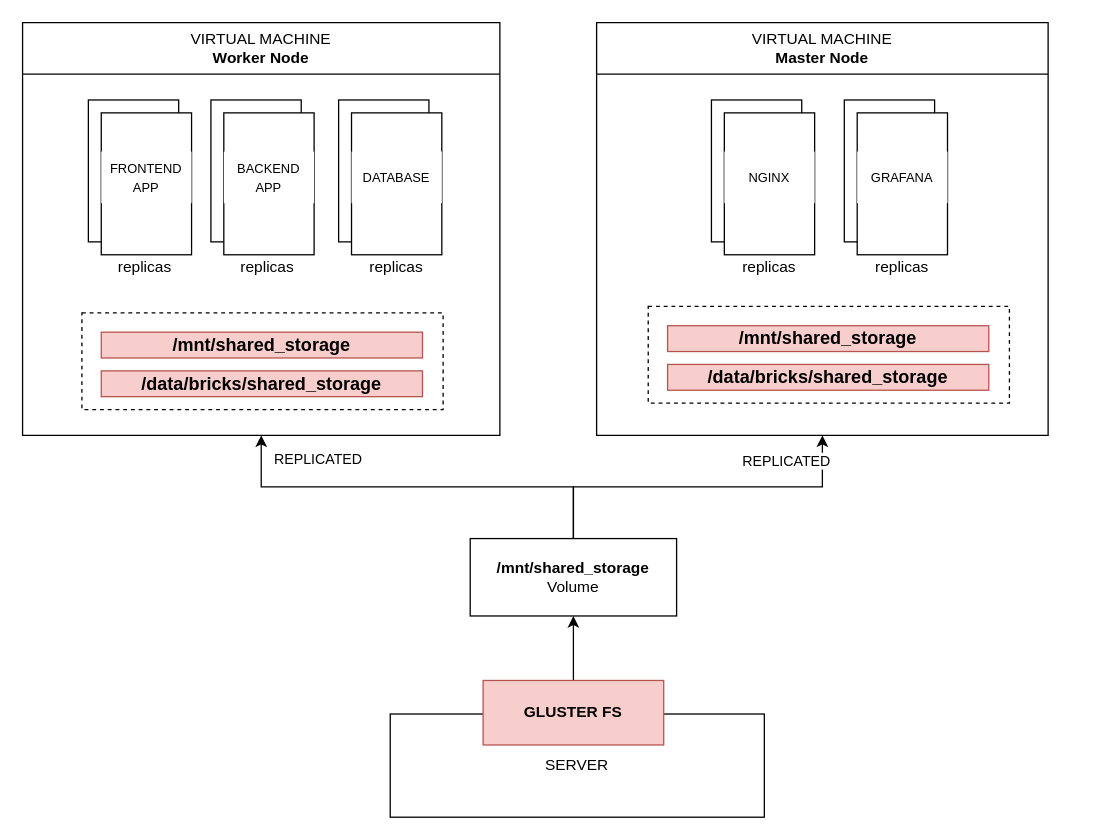
kingsley-ijomah/draw.io keeps this draw.io diagram as page "GlusterFS" (7 of 7) of devops/DevOps.drawio. Above is the earlier version. Source tidied: cells renumbered, new cells numbered last; positions are measured from the earlier drawing's top-left corner, leaving out a move shared by most shapes. Both pictures are drawn from the tidied source at 129%, with x=0, y=0 at pixel (22, 22).
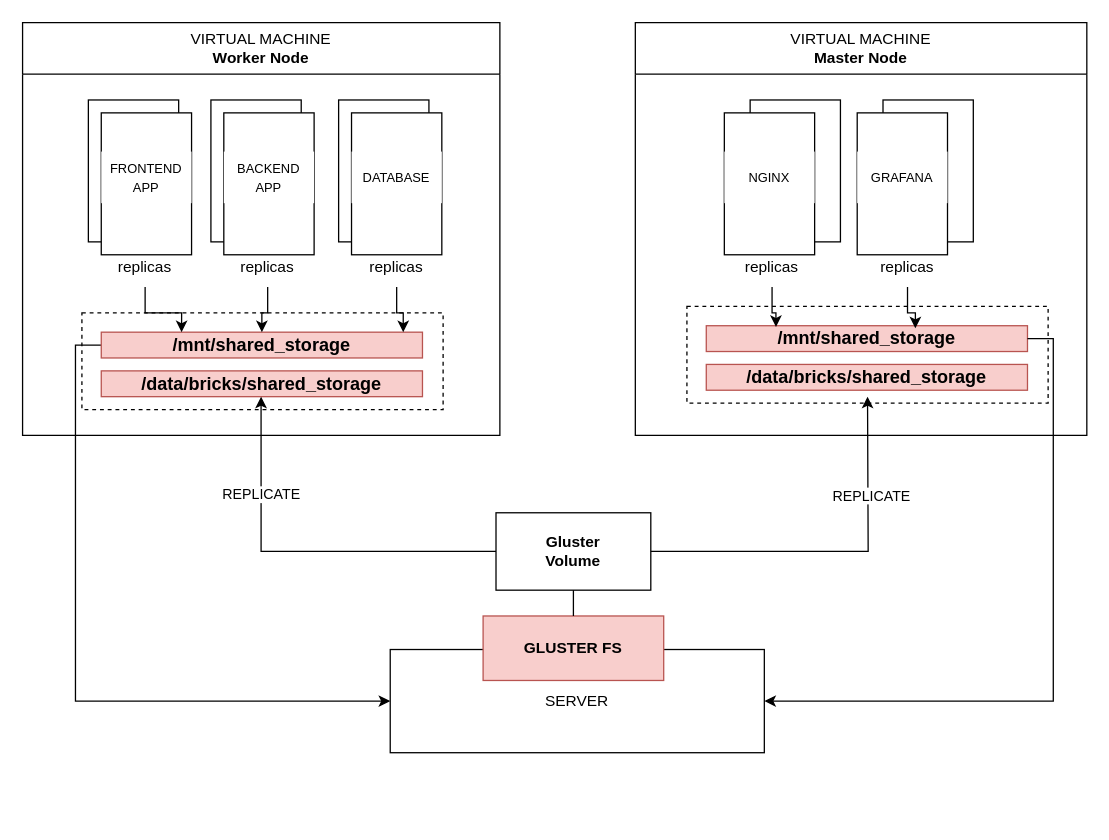
After the change.

Unchanged cells that the change refers to:
```xml
<mxCell id="3" value="&lt;span style=&quot;font-weight: normal;&quot;&gt;VIRTUAL MACHINE&lt;/span&gt;&lt;br&gt;Worker Node" style="swimlane;whiteSpace=wrap;html=1;startSize=40;" parent="1" vertex="1">
  <mxGeometry width="370" height="320" as="geometry" />
</mxCell>
<mxCell id="5" value="replicas" style="text;html=1;strokeColor=none;fillColor=none;align=center;verticalAlign=middle;whiteSpace=wrap;rounded=0;" parent="3" vertex="1">
  <mxGeometry x="65" y="175" width="60" height="30" as="geometry" />
</mxCell>
<mxCell id="7" value="replicas" style="text;html=1;strokeColor=none;fillColor=none;align=center;verticalAlign=middle;whiteSpace=wrap;rounded=0;" parent="3" vertex="1">
  <mxGeometry x="160" y="175" width="60" height="30" as="geometry" />
</mxCell>
<mxCell id="9" value="replicas" style="text;html=1;strokeColor=none;fillColor=none;align=center;verticalAlign=middle;whiteSpace=wrap;rounded=0;" parent="3" vertex="1">
  <mxGeometry x="260" y="175" width="60" height="30" as="geometry" />
</mxCell>
<mxCell id="12" style="rounded=0;whiteSpace=wrap;html=1;fillColor=none;dashed=1;" parent="10" vertex="1">
  <mxGeometry width="280" height="75" as="geometry" />
</mxCell>
<mxCell id="21" value="&lt;b style=&quot;border-color: var(--border-color); font-size: 14px;&quot;&gt;/mnt/shared_storage&lt;/b&gt;" style="rounded=0;whiteSpace=wrap;html=1;fillColor=#f8cecc;strokeColor=#b85450;" parent="13" vertex="1">
  <mxGeometry x="55" y="235" width="249" height="20" as="geometry" />
</mxCell>
<mxCell id="23" value="SERVER" style="rounded=0;whiteSpace=wrap;html=1;" parent="22" vertex="1">
  <mxGeometry y="26" width="290" height="80" as="geometry" />
</mxCell>
<mxCell id="24" value="GLUSTER FS" style="rounded=0;whiteSpace=wrap;html=1;fillColor=#f8cecc;strokeColor=#b85450;fontStyle=1;" parent="22" vertex="1">
  <mxGeometry x="72" width="140" height="50" as="geometry" />
</mxCell>
<mxCell id="40" value="&lt;b style=&quot;border-color: var(--border-color); font-size: 14px;&quot;&gt;/mnt/shared_storage&lt;/b&gt;" style="rounded=0;whiteSpace=wrap;html=1;fillColor=#f8cecc;strokeColor=#b85450;" parent="1" vertex="1">
  <mxGeometry x="61" y="240" width="249" height="20" as="geometry" />
</mxCell>
```

The edit, as a diff of the source:
```diff
@@
-    <mxCell id="2" style="endArrow=classic;html=1;rounded=0;exitX=0.5;exitY=0;exitDx=0;exitDy=0;entryX=0.5;entryY=1;entryDx=0;entryDy=0;" parent="1" edge="1" source="24" target="29">
-      <mxGeometry relative="1" as="geometry" />
-    </mxCell>
@@
     <mxCell id="13" value="&lt;span style=&quot;font-weight: normal;&quot;&gt;VIRTUAL MACHINE&lt;/span&gt;&lt;br&gt;Master Node" style="swimlane;whiteSpace=wrap;html=1;startSize=40;" parent="1" vertex="1">
-      <mxGeometry x="445" width="350" height="320" as="geometry" />
+      <mxGeometry x="475" width="350" height="320" as="geometry" />
     </mxCell>
@@
     <mxCell id="15" value="replicas" style="text;html=1;strokeColor=none;fillColor=none;align=center;verticalAlign=middle;whiteSpace=wrap;rounded=0;" parent="13" vertex="1">
-      <mxGeometry x="207" y="175" width="60" height="30" as="geometry" />
+      <mxGeometry x="181" y="175" width="60" height="30" as="geometry" />
     </mxCell>
@@
     <mxCell id="17" value="replicas" style="text;html=1;strokeColor=none;fillColor=none;align=center;verticalAlign=middle;whiteSpace=wrap;rounded=0;" parent="13" vertex="1">
-      <mxGeometry x="104" y="175" width="60" height="30" as="geometry" />
+      <mxGeometry x="76" y="175" width="60" height="30" as="geometry" />
     </mxCell>
@@
+    <mxCell id="41" style="edgeStyle=orthogonalEdgeStyle;rounded=0;jettySize=auto;html=1;entryX=0.217;entryY=0.05;entryDx=0;entryDy=0;entryPerimeter=0;" parent="13" edge="1" source="17" target="21">
+      <mxGeometry relative="1" as="geometry" />
+    </mxCell>
+    <mxCell id="42" style="edgeStyle=orthogonalEdgeStyle;rounded=0;jettySize=auto;html=1;entryX=0.651;entryY=0.1;entryDx=0;entryDy=0;entryPerimeter=0;" parent="13" edge="1" source="15" target="21">
+      <mxGeometry relative="1" as="geometry" />
+    </mxCell>
     <mxCell id="22" style="group;" parent="1" vertex="1">
-      <mxGeometry x="285" y="510" width="290" height="106" as="geometry" />
+      <mxGeometry x="285" y="460" width="290" height="106" as="geometry" />
     </mxCell>
@@
-    <mxCell id="25" style="edgeStyle=orthogonalEdgeStyle;rounded=0;jettySize=auto;html=1;entryX=0.5;entryY=1;entryDx=0;entryDy=0;" parent="1" edge="1" source="29" target="3">
+    <mxCell id="25" style="edgeStyle=orthogonalEdgeStyle;rounded=0;jettySize=auto;html=1;exitX=0;exitY=0.5;exitDx=0;exitDy=0;entryX=0;entryY=0.5;entryDx=0;entryDy=0;" parent="1" edge="1" source="40" target="23">
       <mxGeometry relative="1" as="geometry" />
     </mxCell>
-    <mxCell id="26" value="REPLICATED" style="edgeLabel;html=1;align=center;verticalAlign=middle;" parent="25" vertex="1">
-      <mxGeometry x="0.49" y="1" relative="1" as="geometry">
-        <mxPoint x="1" y="-23" as="offset" />
-      </mxGeometry>
-    </mxCell>
-    <mxCell id="27" style="edgeStyle=orthogonalEdgeStyle;rounded=0;jettySize=auto;html=1;entryX=0.5;entryY=1;entryDx=0;entryDy=0;" parent="1" edge="1" source="29" target="13">
+    <mxCell id="27" style="edgeStyle=orthogonalEdgeStyle;rounded=0;jettySize=auto;html=1;exitX=1;exitY=0.5;exitDx=0;exitDy=0;entryX=1;entryY=0.5;entryDx=0;entryDy=0;" parent="1" edge="1" source="21" target="23">
       <mxGeometry relative="1" as="geometry" />
     </mxCell>
-    <mxCell id="28" value="REPLICATED" style="edgeLabel;html=1;align=center;verticalAlign=middle;" parent="27" vertex="1">
-      <mxGeometry x="0.49" y="1" relative="1" as="geometry">
-        <mxPoint x="1" y="-20" as="offset" />
-      </mxGeometry>
-    </mxCell>
-    <mxCell id="29" value="&lt;b&gt;/mnt/shared_storage&lt;/b&gt;&lt;br&gt;Volume" style="rounded=0;whiteSpace=wrap;html=1;" parent="1" vertex="1">
-      <mxGeometry x="347" y="400" width="160" height="60" as="geometry" />
-    </mxCell>
@@
+    <mxCell id="43" value="Gluster&lt;br&gt;Volume" style="rounded=0;whiteSpace=wrap;html=1;fontStyle=1;" parent="1" vertex="1">
+      <mxGeometry x="367" y="380" width="120" height="60" as="geometry" />
+    </mxCell>
+    <mxCell id="44" style="edgeStyle=orthogonalEdgeStyle;rounded=0;jettySize=auto;html=1;entryX=0.496;entryY=0.867;entryDx=0;entryDy=0;entryPerimeter=0;" parent="1" edge="1" source="43" target="12">
+      <mxGeometry relative="1" as="geometry" />
+    </mxCell>
+    <mxCell id="45" value="REPLICATE" style="edgeLabel;html=1;align=center;verticalAlign=middle;" parent="44" vertex="1">
+      <mxGeometry x="0.5" relative="1" as="geometry" />
+    </mxCell>
+    <mxCell id="46" style="edgeStyle=orthogonalEdgeStyle;rounded=0;jettySize=auto;html=1;" parent="1" edge="1" source="43">
+      <mxGeometry relative="1" as="geometry">
+        <mxPoint x="655" y="290" as="targetPoint" />
+      </mxGeometry>
+    </mxCell>
+    <mxCell id="47" value="REPLICATE" style="edgeLabel;html=1;align=center;verticalAlign=middle;" parent="46" vertex="1">
+      <mxGeometry x="0.47" y="-2" relative="1" as="geometry" />
+    </mxCell>
+    <mxCell id="48" style="endArrow=none;html=1;rounded=0;exitX=0.5;exitY=0;exitDx=0;exitDy=0;entryX=0.5;entryY=1;entryDx=0;entryDy=0;" parent="1" edge="1" source="24" target="43">
+      <mxGeometry relative="1" as="geometry" />
+    </mxCell>
+    <mxCell id="49" style="edgeStyle=orthogonalEdgeStyle;rounded=0;jettySize=auto;html=1;entryX=0.25;entryY=0;entryDx=0;entryDy=0;" parent="1" edge="1" source="5" target="40">
+      <mxGeometry relative="1" as="geometry" />
+    </mxCell>
+    <mxCell id="50" style="edgeStyle=orthogonalEdgeStyle;rounded=0;jettySize=auto;html=1;entryX=0.5;entryY=0;entryDx=0;entryDy=0;" parent="1" edge="1" source="7" target="40">
+      <mxGeometry relative="1" as="geometry" />
+    </mxCell>
+    <mxCell id="51" style="edgeStyle=orthogonalEdgeStyle;rounded=0;jettySize=auto;html=1;entryX=0.94;entryY=0;entryDx=0;entryDy=0;entryPerimeter=0;" parent="1" edge="1" source="9" target="40">
+      <mxGeometry relative="1" as="geometry" />
+    </mxCell>
```
